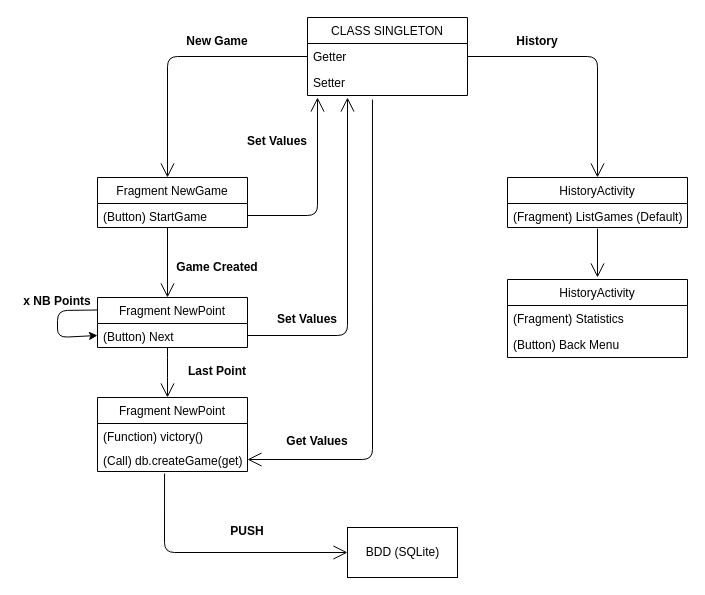
Before: SEM2/MobileProg/PingPong/Back-End.drawio in VictorQdt/ING_4, a draw.io diagram. Source tidied: cells renumbered, new cells numbered last; positions are measured from the earlier drawing's top-left corner, leaving out a move shared by most shapes. Both pictures are drawn from the tidied source at 100%, with x=0, y=0 at pixel (17, 17).
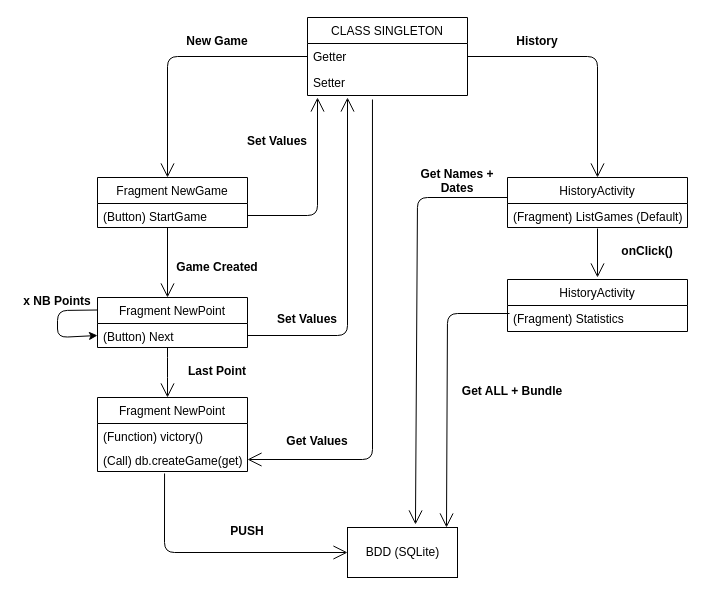
The same diagram, later.

Unchanged cells that the change refers to:
```xml
<mxCell id="34" value="BDD (SQLite)" style="html=1;" parent="1" vertex="1">
  <mxGeometry x="330" y="510" width="110" height="50" as="geometry" />
</mxCell>
```

Change to the diagram source:
```diff
@@
     <mxCell id="20" value="HistoryActivity" style="swimlane;fontStyle=0;horizontal=1;startSize=26;fillColor=none;" parent="1" vertex="1">
-      <mxGeometry x="490" y="262" width="180" height="78" as="geometry" />
+      <mxGeometry x="490" y="262" width="180" height="52" as="geometry" />
     </mxCell>
@@
-    <mxCell id="22" value="(Button) Back Menu" style="text;strokeColor=none;fillColor=none;align=left;verticalAlign=top;spacingLeft=4;spacingRight=4;overflow=hidden;" parent="20" vertex="1">
-      <mxGeometry y="52" width="180" height="26" as="geometry" />
-    </mxCell>
@@
+    <mxCell id="37" style="endArrow=open;endFill=1;endSize=12;html=1;exitX=0;exitY=0.5;exitDx=0;exitDy=0;entryX=0.618;entryY=-0.06;entryDx=0;entryDy=0;entryPerimeter=0;" parent="1" edge="1" target="34">
+      <mxGeometry relative="1" as="geometry">
+        <mxPoint x="490" y="180" as="sourcePoint" />
+        <Array as="points">
+          <mxPoint x="400" y="180" />
+        </Array>
+      </mxGeometry>
+    </mxCell>
+    <mxCell id="38" value="Get Names +&#10;Dates" style="text;align=center;fontStyle=1;verticalAlign=middle;spacingLeft=3;spacingRight=3;strokeColor=none;" parent="1" vertex="1">
+      <mxGeometry x="400" y="150" width="80" height="26" as="geometry" />
+    </mxCell>
+    <mxCell id="39" value="onClick()" style="text;align=center;fontStyle=1;verticalAlign=middle;spacingLeft=3;spacingRight=3;strokeColor=none;" parent="1" vertex="1">
+      <mxGeometry x="590" y="220" width="80" height="26" as="geometry" />
+    </mxCell>
+    <mxCell id="40" style="endArrow=open;endFill=1;endSize=12;html=1;exitX=0;exitY=0.5;exitDx=0;exitDy=0;entryX=0.9;entryY=0;entryDx=0;entryDy=0;entryPerimeter=0;" parent="1" edge="1" target="34">
+      <mxGeometry relative="1" as="geometry">
+        <mxPoint x="492" y="296" as="sourcePoint" />
+        <Array as="points">
+          <mxPoint x="430" y="296" />
+        </Array>
+      </mxGeometry>
+    </mxCell>
+    <mxCell id="41" value="Get ALL + Bundle" style="text;align=center;fontStyle=1;verticalAlign=middle;spacingLeft=3;spacingRight=3;strokeColor=none;" parent="1" vertex="1">
+      <mxGeometry x="440" y="360" width="110" height="26" as="geometry" />
+    </mxCell>
```
